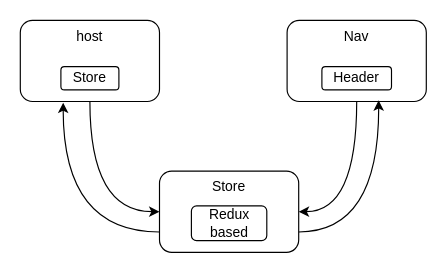
Above: zustand/architecture.dio in ritsrivastava01/-MFE-StateManagement (draw.io), before the change. Source tidied: cells renumbered, new cells numbered last; positions are measured from the earlier drawing's top-left corner, leaving out a move shared by most shapes. Both pictures are drawn from the tidied source at 116%, with x=0, y=0 at pixel (20, 20).
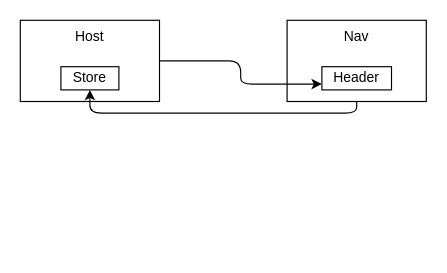
The same diagram, later.

The edit, as a diff of the source:
```diff
@@
 <mxGraphModel>
   <root>
     <mxCell id="0" />
     <mxCell id="1" parent="0" />
-    <mxCell id="2" style="edgeStyle=orthogonalEdgeStyle;html=1;exitX=0.5;exitY=1;exitDx=0;exitDy=0;entryX=0;entryY=0.5;entryDx=0;entryDy=0;curved=1;" parent="1" edge="1" source="3" target="10">
-      <mxGeometry relative="1" as="geometry" />
-    </mxCell>
-    <mxCell id="3" value="host" style="rounded=1;whiteSpace=wrap;html=1;verticalAlign=top;" parent="1" vertex="1">
-      <mxGeometry width="120" height="70" as="geometry" />
-    </mxCell>
-    <mxCell id="4" style="edgeStyle=orthogonalEdgeStyle;html=1;exitX=0.5;exitY=1;exitDx=0;exitDy=0;entryX=1;entryY=0.5;entryDx=0;entryDy=0;curved=1;" parent="1" edge="1" source="5" target="10">
-      <mxGeometry relative="1" as="geometry" />
-    </mxCell>
+    <mxCell id="12" value="Host&lt;br&gt;" style="rounded=0;whiteSpace=wrap;html=1;verticalAlign=top;" parent="1" vertex="1">
+      <mxGeometry width="120" height="70" as="geometry" />
+    </mxCell>
+    <mxCell id="13" style="edgeStyle=orthogonalEdgeStyle;html=1;exitX=0.5;exitY=1;exitDx=0;exitDy=0;entryX=0.5;entryY=1;entryDx=0;entryDy=0;" parent="1" edge="1" source="5" target="14">
+      <mxGeometry relative="1" as="geometry" />
+    </mxCell>
-    <mxCell id="5" value="Nav" style="rounded=1;whiteSpace=wrap;html=1;horizontal=1;verticalAlign=top;" parent="1" vertex="1">
+    <mxCell id="5" value="Nav" style="rounded=0;whiteSpace=wrap;html=1;horizontal=1;verticalAlign=top;" parent="1" vertex="1">
       <mxGeometry x="230" width="120" height="70" as="geometry" />
     </mxCell>
-    <mxCell id="6" value="Header&lt;br&gt;" style="rounded=1;whiteSpace=wrap;html=1;" parent="1" vertex="1">
+    <mxCell id="6" value="Header&lt;br&gt;" style="rounded=0;whiteSpace=wrap;html=1;" parent="1" vertex="1">
       <mxGeometry x="260" y="40" width="60" height="20" as="geometry" />
     </mxCell>
-    <mxCell id="7" value="Store" style="rounded=1;whiteSpace=wrap;html=1;" parent="1" vertex="1">
-      <mxGeometry x="35" y="40" width="50" height="20" as="geometry" />
-    </mxCell>
-    <mxCell id="8" style="edgeStyle=orthogonalEdgeStyle;html=1;exitX=1;exitY=0.75;exitDx=0;exitDy=0;entryX=0.658;entryY=0.986;entryDx=0;entryDy=0;entryPerimeter=0;curved=1;" parent="1" edge="1" source="10" target="5">
-      <mxGeometry relative="1" as="geometry" />
-    </mxCell>
-    <mxCell id="9" style="edgeStyle=orthogonalEdgeStyle;html=1;exitX=0;exitY=0.75;exitDx=0;exitDy=0;entryX=0.308;entryY=1.014;entryDx=0;entryDy=0;entryPerimeter=0;curved=1;" parent="1" edge="1" source="10" target="3">
-      <mxGeometry relative="1" as="geometry" />
-    </mxCell>
-    <mxCell id="10" value="Store" style="rounded=1;whiteSpace=wrap;html=1;verticalAlign=top;" parent="1" vertex="1">
-      <mxGeometry x="120" y="130" width="120" height="70" as="geometry" />
-    </mxCell>
-    <mxCell id="11" value="Redux based" style="rounded=1;whiteSpace=wrap;html=1;" parent="1" vertex="1">
-      <mxGeometry x="147.5" y="160" width="65" height="30" as="geometry" />
-    </mxCell>
+    <mxCell id="14" value="Store" style="rounded=0;whiteSpace=wrap;html=1;" parent="1" vertex="1">
+      <mxGeometry x="35" y="40" width="50" height="20" as="geometry" />
+    </mxCell>
+    <mxCell id="15" style="edgeStyle=orthogonalEdgeStyle;html=1;exitX=1;exitY=0.5;exitDx=0;exitDy=0;entryX=0;entryY=0.75;entryDx=0;entryDy=0;" parent="1" edge="1" source="12" target="6">
+      <mxGeometry relative="1" as="geometry" />
+    </mxCell>
   </root>
 </mxGraphModel>
```
